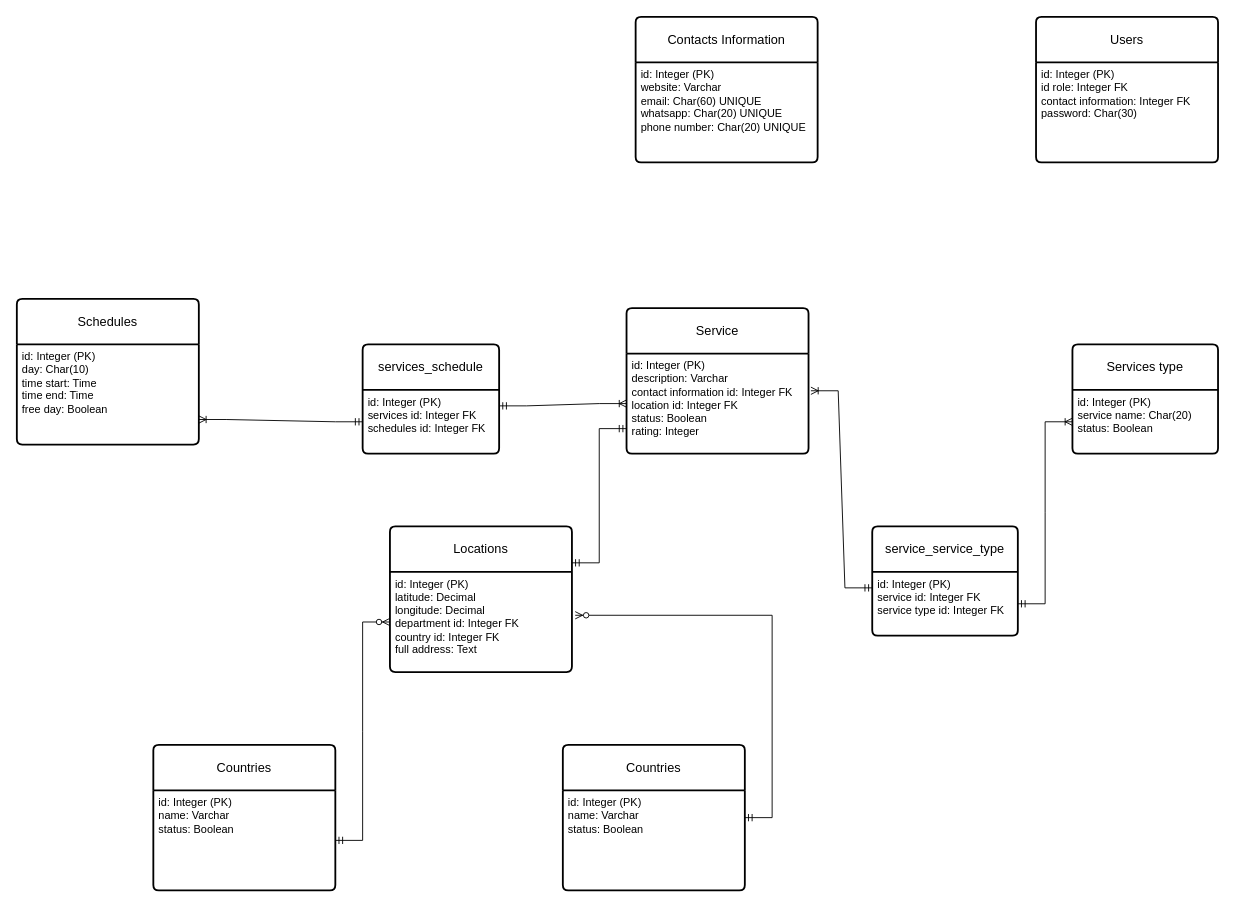
The draw.io diagram caminoDiagrams/Diagrama fisico.drawio in DrDaxter/diagrams, before the edit. Source tidied: cells renumbered, new cells numbered last; positions are measured from the earlier drawing's top-left corner, leaving out a move shared by most shapes. Both pictures are drawn from the tidied source at 91%, with x=0, y=0 at pixel (16, 16).
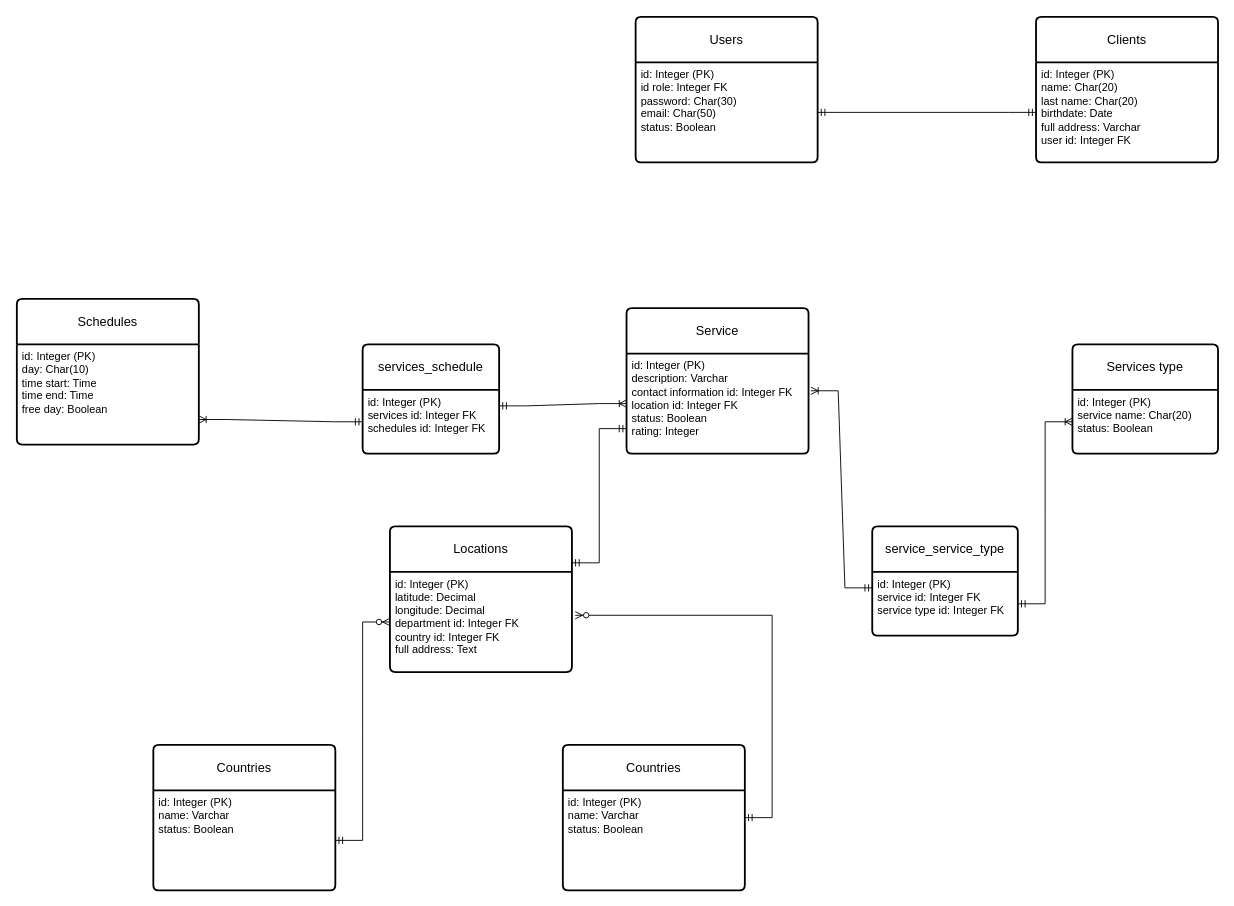
Above is the later version.

Change to the diagram source:
```diff
@@
-    <mxCell id="25" value="Contacts Information" style="swimlane;horizontal=1;startSize=50;rounded=1;fontSize=14;fontStyle=0;strokeWidth=2;shadow=0;dashed=0;align=center;arcSize=4;whiteSpace=wrap;html=1;" parent="1" vertex="1">
-      <mxGeometry x="680" width="200" height="160" as="geometry" />
-    </mxCell>
-    <mxCell id="26" value="id: Integer (PK)&lt;br&gt;website: Varchar&lt;br&gt;email: Char(60) UNIQUE&lt;br&gt;whatsapp: Char(20) UNIQUE&lt;br&gt;phone number: Char(20) UNIQUE" style="align=left;strokeColor=none;fillColor=none;spacingLeft=4;fontSize=12;verticalAlign=top;html=1;" parent="25" vertex="1">
-      <mxGeometry y="50" width="200" height="110" as="geometry" />
-    </mxCell>
     <mxCell id="27" value="Users" style="swimlane;horizontal=1;startSize=50;rounded=1;fontSize=14;fontStyle=0;strokeWidth=2;shadow=0;dashed=0;align=center;arcSize=4;whiteSpace=wrap;html=1;" parent="1" vertex="1">
-      <mxGeometry x="1120" width="200" height="160" as="geometry" />
+      <mxGeometry x="680" width="200" height="160" as="geometry" />
     </mxCell>
-    <mxCell id="28" value="id: Integer (PK)&lt;br&gt;id role: Integer FK&lt;br&gt;contact information: Integer FK&lt;br&gt;password: Char(30)&lt;br&gt;" style="align=left;strokeColor=none;fillColor=none;spacingLeft=4;fontSize=12;verticalAlign=top;html=1;" parent="27" vertex="1">
+    <mxCell id="28" value="id: Integer (PK)&lt;br&gt;id role: Integer FK&lt;br&gt;password: Char(30)&lt;br&gt;email: Char(50)&lt;br&gt;status: Boolean" style="align=left;strokeColor=none;fillColor=none;spacingLeft=4;fontSize=12;verticalAlign=top;html=1;" parent="27" vertex="1">
       <mxGeometry y="50" width="200" height="110" as="geometry" />
     </mxCell>
+    <mxCell id="29" value="Clients" style="swimlane;horizontal=1;startSize=50;rounded=1;fontSize=14;fontStyle=0;strokeWidth=2;shadow=0;dashed=0;align=center;arcSize=4;whiteSpace=wrap;html=1;" parent="1" vertex="1">
+      <mxGeometry x="1120" width="200" height="160" as="geometry" />
+    </mxCell>
+    <mxCell id="30" value="id: Integer (PK)&lt;br&gt;name: Char(20)&lt;br&gt;last name: Char(20)&lt;br&gt;birthdate: Date&lt;br&gt;full address: Varchar&lt;br&gt;user id: Integer FK" style="align=left;strokeColor=none;fillColor=none;spacingLeft=4;fontSize=12;verticalAlign=top;html=1;" parent="29" vertex="1">
+      <mxGeometry y="50" width="200" height="110" as="geometry" />
+    </mxCell>
+    <mxCell id="31" style="edgeStyle=entityRelationEdgeStyle;fontSize=12;html=1;endArrow=ERmandOne;startArrow=ERmandOne;rounded=0;exitX=1;exitY=0.5;exitDx=0;exitDy=0;entryX=0;entryY=0.5;entryDx=0;entryDy=0;" parent="1" edge="1" source="28" target="30">
+      <mxGeometry relative="1" as="geometry" />
+    </mxCell>
```
